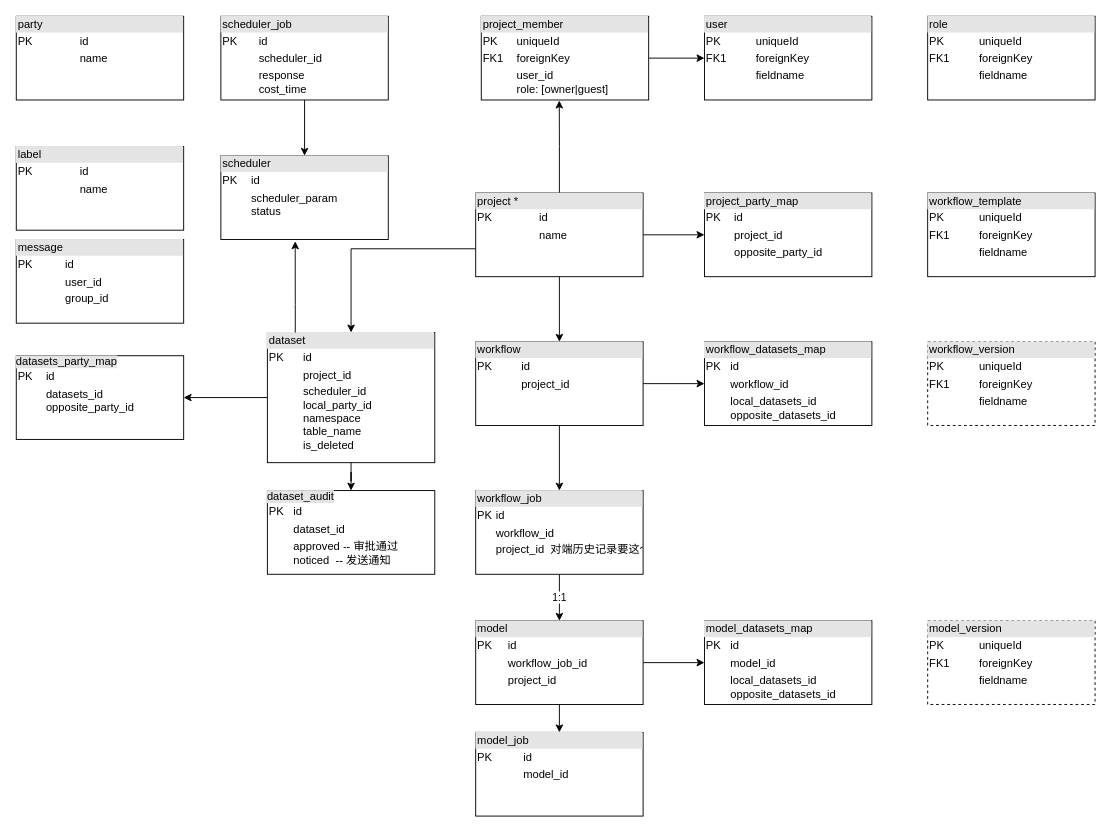
The draw.io diagram Untitled Diagram.drawio in ChrisBamaofan/androidApp, before the edit. Source tidied: cells renumbered, new cells numbered last; positions are measured from the earlier drawing's top-left corner, leaving out a move shared by most shapes. Both pictures are drawn from the tidied source at 93%, with x=0, y=0 at pixel (16, 16).
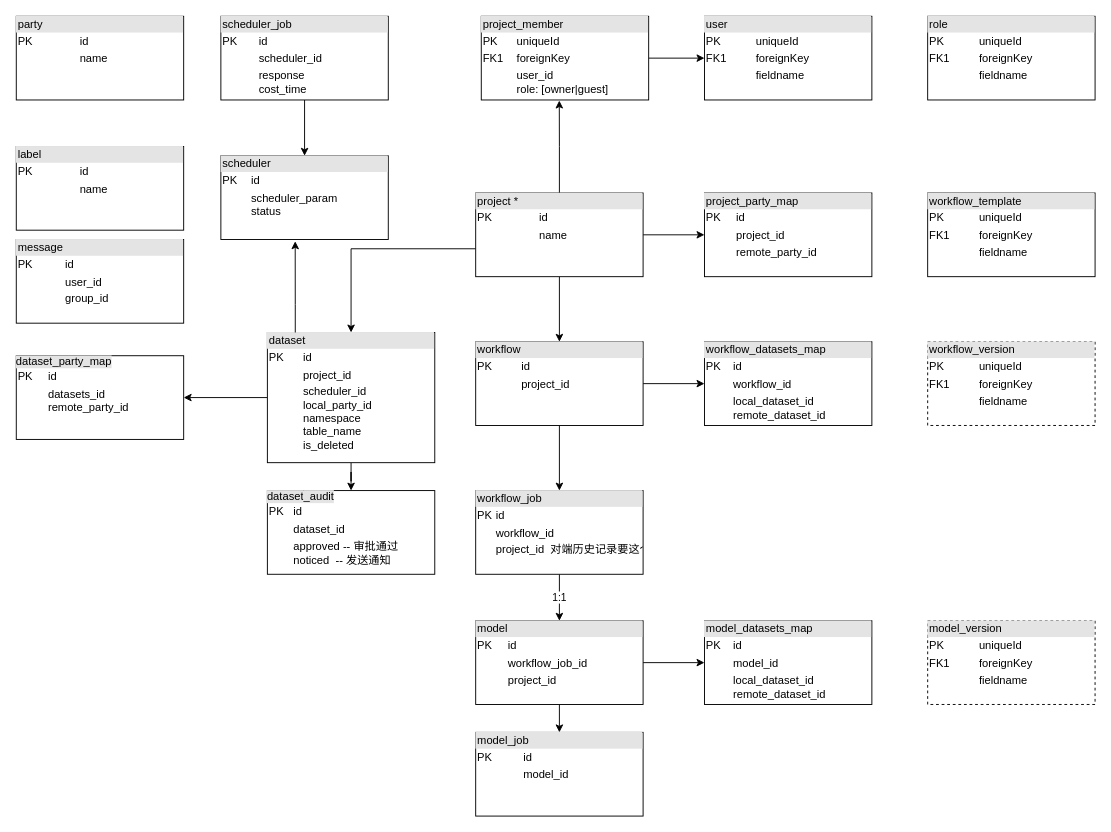
After the change.

The edit, as a diff of the source:
```diff
@@
-    <mxCell id="15" value="&lt;div style=&quot;box-sizing: border-box ; width: 100% ; background: #e4e4e4 ; padding: 2px&quot;&gt;workflow_datasets_map&lt;/div&gt;&lt;table style=&quot;width: 100% ; font-size: 1em&quot; cellpadding=&quot;2&quot; cellspacing=&quot;0&quot;&gt;&lt;tbody&gt;&lt;tr&gt;&lt;td&gt;PK&lt;/td&gt;&lt;td&gt;id&lt;/td&gt;&lt;/tr&gt;&lt;tr&gt;&lt;td&gt;&lt;br&gt;&lt;/td&gt;&lt;td&gt;workflow_id&lt;/td&gt;&lt;/tr&gt;&lt;tr&gt;&lt;td&gt;&lt;/td&gt;&lt;td&gt;local_datasets_id&lt;br&gt;opposite_datasets_id&lt;br&gt;&lt;/td&gt;&lt;/tr&gt;&lt;/tbody&gt;&lt;/table&gt;" style="verticalAlign=top;align=left;overflow=fill;html=1;" parent="1" vertex="1">
+    <mxCell id="15" value="&lt;div style=&quot;box-sizing: border-box ; width: 100% ; background: #e4e4e4 ; padding: 2px&quot;&gt;workflow_datasets_map&lt;/div&gt;&lt;table style=&quot;width: 100% ; font-size: 1em&quot; cellpadding=&quot;2&quot; cellspacing=&quot;0&quot;&gt;&lt;tbody&gt;&lt;tr&gt;&lt;td&gt;PK&lt;/td&gt;&lt;td&gt;id&lt;/td&gt;&lt;/tr&gt;&lt;tr&gt;&lt;td&gt;&lt;br&gt;&lt;/td&gt;&lt;td&gt;workflow_id&lt;/td&gt;&lt;/tr&gt;&lt;tr&gt;&lt;td&gt;&lt;/td&gt;&lt;td&gt;local_dataset_id&lt;br&gt;remote_dataset_id&lt;br&gt;&lt;/td&gt;&lt;/tr&gt;&lt;/tbody&gt;&lt;/table&gt;" style="verticalAlign=top;align=left;overflow=fill;html=1;" parent="1" vertex="1">
       <mxGeometry x="740" y="350" width="180" height="90" as="geometry" />
     </mxCell>
@@
-    <mxCell id="20" value="&lt;span style=&quot;background-color: rgb(228 , 228 , 228)&quot;&gt;datasets&lt;/span&gt;&lt;span style=&quot;background-color: rgb(228 , 228 , 228)&quot;&gt;_party_map&lt;/span&gt;&lt;span style=&quot;background-color: rgb(228 , 228 , 228)&quot;&gt;&lt;br&gt;&lt;/span&gt;&lt;table style=&quot;width: 100% ; font-size: 1em&quot; cellpadding=&quot;2&quot; cellspacing=&quot;0&quot;&gt;&lt;tbody&gt;&lt;tr&gt;&lt;td&gt;PK&lt;/td&gt;&lt;td&gt;id&lt;br&gt;&lt;/td&gt;&lt;/tr&gt;&lt;tr&gt;&lt;td&gt;&lt;br&gt;&lt;/td&gt;&lt;td&gt;datasets_id&lt;br&gt;opposite_party_id&lt;/td&gt;&lt;/tr&gt;&lt;tr&gt;&lt;td&gt;&lt;/td&gt;&lt;td&gt;&lt;br&gt;&lt;/td&gt;&lt;/tr&gt;&lt;/tbody&gt;&lt;/table&gt;" style="verticalAlign=top;align=left;overflow=fill;html=1;" parent="1" vertex="1">
+    <mxCell id="20" value="&lt;span style=&quot;background-color: rgb(228 , 228 , 228)&quot;&gt;dataset&lt;/span&gt;&lt;span style=&quot;background-color: rgb(228 , 228 , 228)&quot;&gt;_party_map&lt;/span&gt;&lt;span style=&quot;background-color: rgb(228 , 228 , 228)&quot;&gt;&lt;br&gt;&lt;/span&gt;&lt;table style=&quot;width: 100% ; font-size: 1em&quot; cellpadding=&quot;2&quot; cellspacing=&quot;0&quot;&gt;&lt;tbody&gt;&lt;tr&gt;&lt;td&gt;PK&lt;/td&gt;&lt;td&gt;id&lt;br&gt;&lt;/td&gt;&lt;/tr&gt;&lt;tr&gt;&lt;td&gt;&lt;br&gt;&lt;/td&gt;&lt;td&gt;datasets_id&lt;br&gt;remote_party_id&lt;/td&gt;&lt;/tr&gt;&lt;tr&gt;&lt;td&gt;&lt;/td&gt;&lt;td&gt;&lt;br&gt;&lt;/td&gt;&lt;/tr&gt;&lt;/tbody&gt;&lt;/table&gt;" style="verticalAlign=top;align=left;overflow=fill;html=1;" parent="1" vertex="1">
       <mxGeometry y="365" width="180" height="90" as="geometry" />
     </mxCell>
-    <mxCell id="21" value="&lt;div style=&quot;box-sizing: border-box ; width: 100% ; background: #e4e4e4 ; padding: 2px&quot;&gt;project_party_map&lt;/div&gt;&lt;table style=&quot;width: 100% ; font-size: 1em&quot; cellpadding=&quot;2&quot; cellspacing=&quot;0&quot;&gt;&lt;tbody&gt;&lt;tr&gt;&lt;td&gt;PK&lt;/td&gt;&lt;td&gt;id&lt;/td&gt;&lt;/tr&gt;&lt;tr&gt;&lt;td&gt;&lt;br&gt;&lt;/td&gt;&lt;td&gt;project_id&lt;/td&gt;&lt;/tr&gt;&lt;tr&gt;&lt;td&gt;&lt;/td&gt;&lt;td&gt;opposite_party_id&lt;/td&gt;&lt;/tr&gt;&lt;/tbody&gt;&lt;/table&gt;" style="verticalAlign=top;align=left;overflow=fill;html=1;" parent="1" vertex="1">
+    <mxCell id="21" value="&lt;div style=&quot;box-sizing: border-box ; width: 100% ; background: #e4e4e4 ; padding: 2px&quot;&gt;project_party_map&lt;/div&gt;&lt;table style=&quot;width: 100% ; font-size: 1em&quot; cellpadding=&quot;2&quot; cellspacing=&quot;0&quot;&gt;&lt;tbody&gt;&lt;tr&gt;&lt;td&gt;PK&lt;/td&gt;&lt;td&gt;id&lt;/td&gt;&lt;/tr&gt;&lt;tr&gt;&lt;td&gt;&lt;br&gt;&lt;/td&gt;&lt;td&gt;project_id&lt;/td&gt;&lt;/tr&gt;&lt;tr&gt;&lt;td&gt;&lt;/td&gt;&lt;td&gt;remote_party_id&lt;/td&gt;&lt;/tr&gt;&lt;/tbody&gt;&lt;/table&gt;" style="verticalAlign=top;align=left;overflow=fill;html=1;" parent="1" vertex="1">
       <mxGeometry x="740" y="190" width="180" height="90" as="geometry" />
     </mxCell>
@@
-    <mxCell id="28" value="&lt;div style=&quot;box-sizing: border-box ; width: 100% ; background: #e4e4e4 ; padding: 2px&quot;&gt;model_datasets_map&lt;/div&gt;&lt;table style=&quot;width: 100% ; font-size: 1em&quot; cellpadding=&quot;2&quot; cellspacing=&quot;0&quot;&gt;&lt;tbody&gt;&lt;tr&gt;&lt;td&gt;PK&lt;/td&gt;&lt;td&gt;id&lt;br&gt;&lt;/td&gt;&lt;/tr&gt;&lt;tr&gt;&lt;td&gt;&lt;br&gt;&lt;/td&gt;&lt;td&gt;model_id&lt;br&gt;&lt;/td&gt;&lt;/tr&gt;&lt;tr&gt;&lt;td&gt;&lt;/td&gt;&lt;td&gt;local_datasets_id&lt;br&gt;opposite_datasets_id&lt;br&gt;&lt;/td&gt;&lt;/tr&gt;&lt;/tbody&gt;&lt;/table&gt;" style="verticalAlign=top;align=left;overflow=fill;html=1;" parent="1" vertex="1">
+    <mxCell id="28" value="&lt;div style=&quot;box-sizing: border-box ; width: 100% ; background: #e4e4e4 ; padding: 2px&quot;&gt;model_datasets_map&lt;/div&gt;&lt;table style=&quot;width: 100% ; font-size: 1em&quot; cellpadding=&quot;2&quot; cellspacing=&quot;0&quot;&gt;&lt;tbody&gt;&lt;tr&gt;&lt;td&gt;PK&lt;/td&gt;&lt;td&gt;id&lt;br&gt;&lt;/td&gt;&lt;/tr&gt;&lt;tr&gt;&lt;td&gt;&lt;br&gt;&lt;/td&gt;&lt;td&gt;model_id&lt;br&gt;&lt;/td&gt;&lt;/tr&gt;&lt;tr&gt;&lt;td&gt;&lt;/td&gt;&lt;td&gt;local_dataset_id&lt;br&gt;remote_dataset_id&lt;br&gt;&lt;/td&gt;&lt;/tr&gt;&lt;/tbody&gt;&lt;/table&gt;" style="verticalAlign=top;align=left;overflow=fill;html=1;" parent="1" vertex="1">
       <mxGeometry x="740" y="650" width="180" height="90" as="geometry" />
     </mxCell>
```
